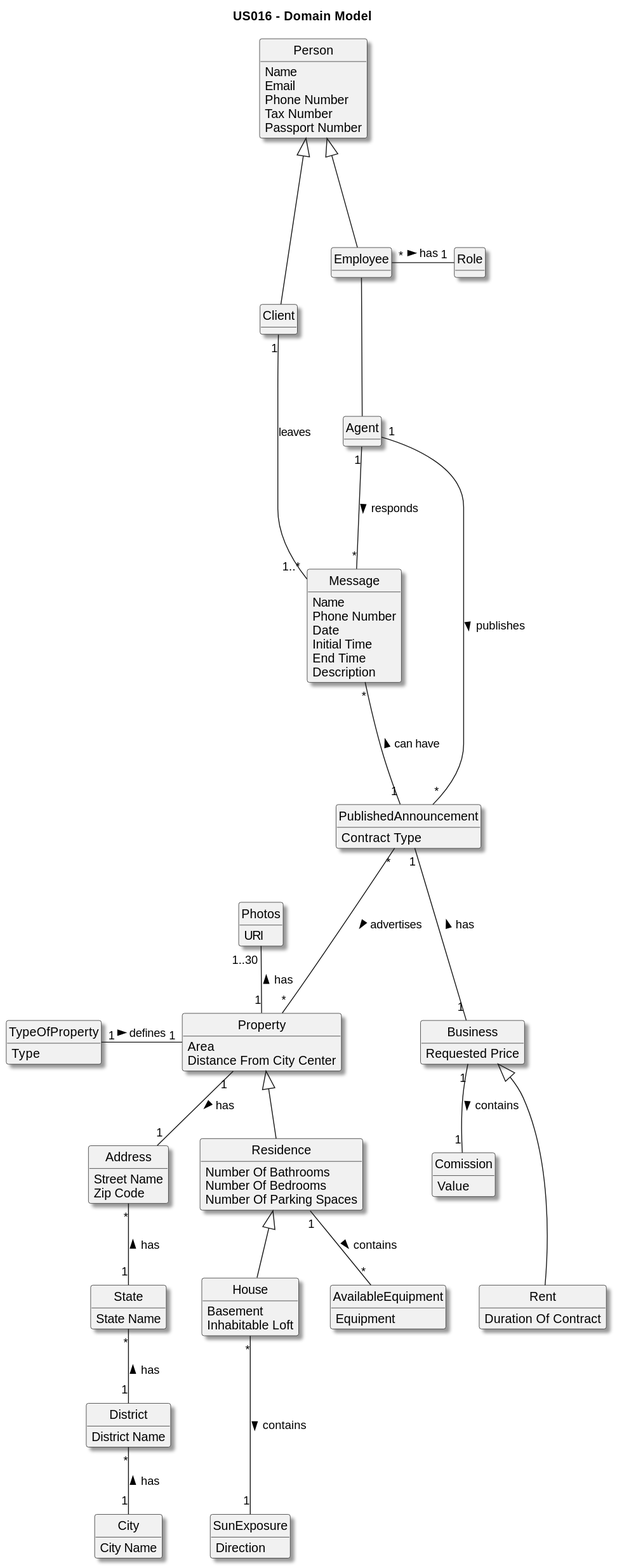
Before: docs/sprintD/US016/02.analysis/svg/us016-domain-model.svg, a diagram exported from PlantUML (PureNimble/ISEP-LAPR2).
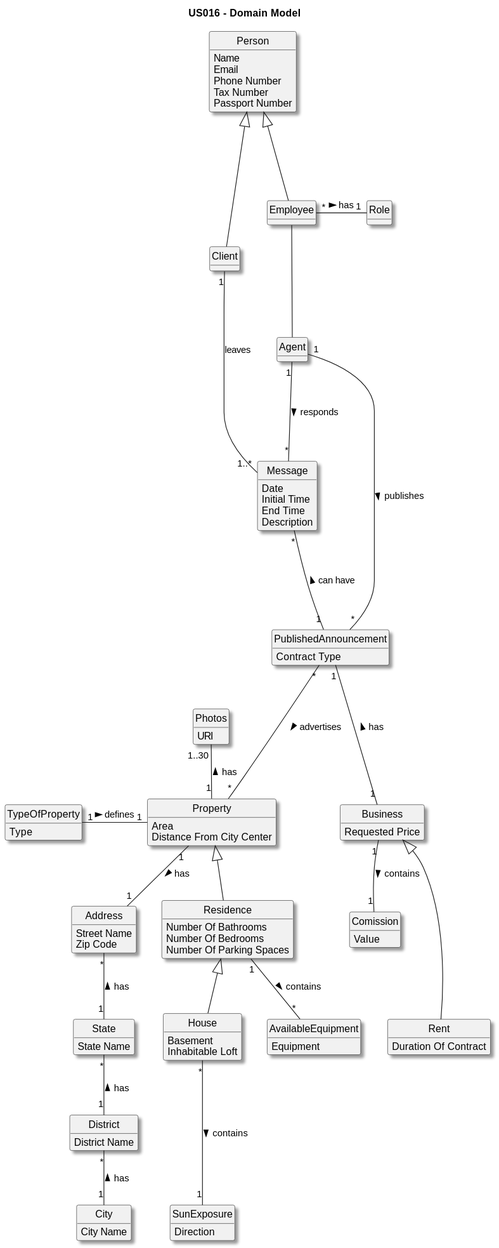
After the change.

Commit message:
US 16 - Domain model small correction + added svg US 15 - Domain model small correction + added svg Us 9 - Domain model small correction + added svg

Change to the diagram source:
```diff
@@ -17,8 +17,6 @@
 }
 
 class Message {
-Name
-Phone Number
 Date
 Initial Time
 End Time
```
